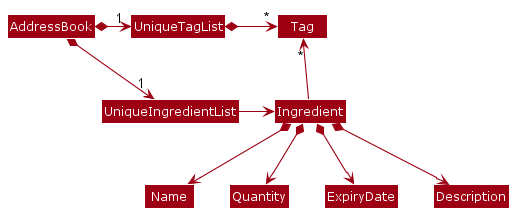
This is docs/images/BetterModelClassDiagram.png from pattan9955/tp, a PlantUML export, as it was before one commit.
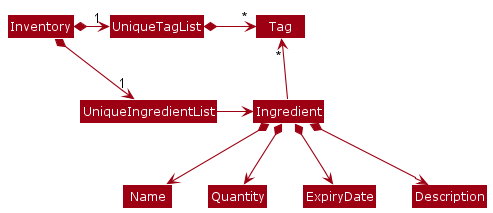
Above is the later version.

Commit message:
Fix class diagram

What changed in the source:
```diff
@@ -4,8 +4,8 @@
 skinparam arrowColor MODEL_COLOR
 skinparam classBackgroundColor MODEL_COLOR
 
-AddressBook *-right-> "1" UniqueIngredientList
-AddressBook *-right-> "1" UniqueTagList
+Inventory *-right-> "1" UniqueIngredientList
+Inventory *-right-> "1" UniqueTagList
 UniqueTagList -[hidden]down- UniqueIngredientList
 UniqueTagList -[hidden]down- UniqueIngredientList
 
```
